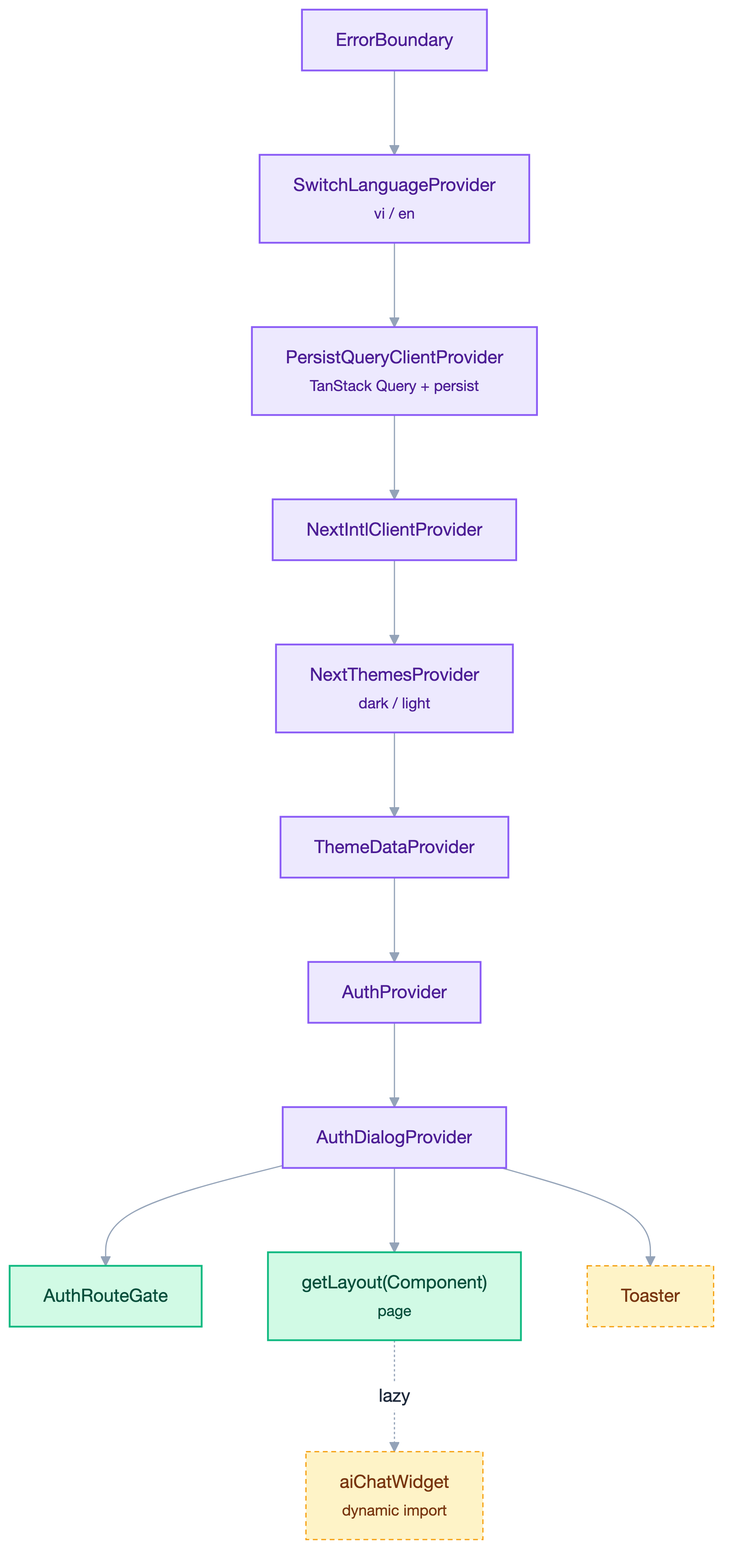
Earlier version of the Mermaid export diagrams/fe/png/05-providers.png (huynhtranty/smartrent-report). Its source is kept beside it as diagrams/fe/src/05-providers.mmd.
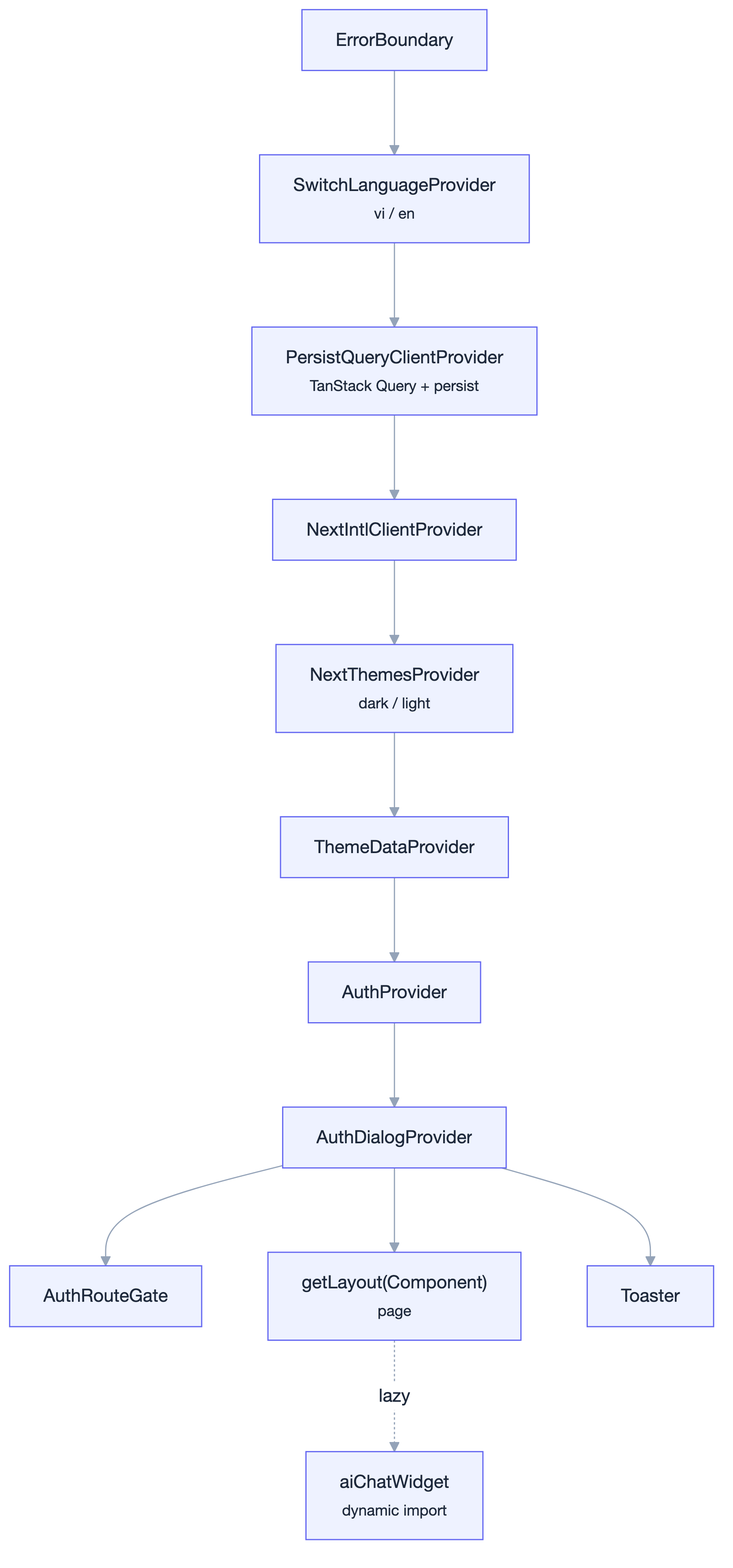
The same file after the commit.

What changed in the source:
```diff
@@ -10,10 +10,3 @@
  AD --> PAGE["getLayout(Component)<br/><small>page</small>"]
  AD --> T["Toaster"]
  PAGE -. lazy .-> AIW["aiChatWidget<br/><small>dynamic import</small>"]
-
- classDef prov fill:#ede9fe,stroke:#8b5cf6,color:#4c1d95,stroke-width:1.5px
- classDef page fill:#d1fae5,stroke:#10b981,color:#064e3b,stroke-width:1.5px
- classDef extra fill:#fef3c7,stroke:#f59e0b,color:#78350f,stroke-dasharray:4 3
- class EB,SL,PQ,NI,NT,TD,AU,AD prov
- class PAGE,ARG page
- class T,AIW extra
```
